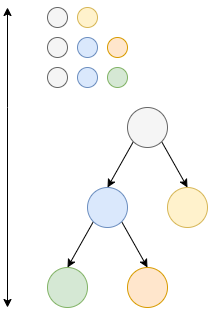
Before: img/data-structure/demo_tree-path.png, a diagram exported from draw.io (h2cone/h2cone.github.io). Source tidied: cells renumbered, new cells last; positions are measured from the earlier drawing's top-left corner, leaving out a move shared by most shapes.
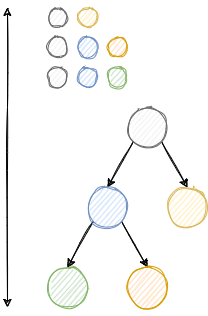
Later version of the same file.

Change to the diagram source:
```diff
@@ -2,64 +2,64 @@
   <root>
     <mxCell id="0" />
     <mxCell id="1" parent="0" />
-    <mxCell id="2" style="edgeStyle=none;rounded=0;jettySize=auto;html=1;exitX=0;exitY=1;exitDx=0;exitDy=0;entryX=0.5;entryY=0;entryDx=0;entryDy=0;" parent="1" edge="1" source="4" target="7">
+    <mxCell id="2" style="edgeStyle=none;rounded=0;jettySize=auto;html=1;exitX=0;exitY=1;exitDx=0;exitDy=0;entryX=0.5;entryY=0;entryDx=0;entryDy=0;sketch=1;" parent="1" edge="1" source="4" target="7">
       <mxGeometry relative="1" as="geometry" />
     </mxCell>
-    <mxCell id="3" style="edgeStyle=none;rounded=0;jettySize=auto;html=1;exitX=1;exitY=1;exitDx=0;exitDy=0;entryX=0.5;entryY=0;entryDx=0;entryDy=0;" parent="1" edge="1" source="4" target="8">
+    <mxCell id="3" style="edgeStyle=none;rounded=0;jettySize=auto;html=1;exitX=1;exitY=1;exitDx=0;exitDy=0;entryX=0.5;entryY=0;entryDx=0;entryDy=0;sketch=1;" parent="1" edge="1" source="4" target="8">
       <mxGeometry relative="1" as="geometry" />
     </mxCell>
-    <mxCell id="4" style="ellipse;whiteSpace=wrap;html=1;fillColor=#f5f5f5;strokeColor=#666666;fontColor=#333333;" parent="1" vertex="1">
+    <mxCell id="4" style="ellipse;whiteSpace=wrap;html=1;fillColor=#f5f5f5;strokeColor=#666666;fontColor=#333333;sketch=1;" parent="1" vertex="1">
       <mxGeometry x="120" y="100" width="40" height="40" as="geometry" />
     </mxCell>
-    <mxCell id="5" style="edgeStyle=none;rounded=0;jettySize=auto;html=1;exitX=0;exitY=1;exitDx=0;exitDy=0;entryX=0.5;entryY=0;entryDx=0;entryDy=0;" parent="1" edge="1" source="7" target="9">
+    <mxCell id="5" style="edgeStyle=none;rounded=0;jettySize=auto;html=1;exitX=0;exitY=1;exitDx=0;exitDy=0;entryX=0.5;entryY=0;entryDx=0;entryDy=0;sketch=1;" parent="1" edge="1" source="7" target="9">
       <mxGeometry relative="1" as="geometry" />
     </mxCell>
-    <mxCell id="6" style="edgeStyle=none;rounded=0;jettySize=auto;html=1;exitX=1;exitY=1;exitDx=0;exitDy=0;entryX=0.5;entryY=0;entryDx=0;entryDy=0;" parent="1" edge="1" source="7" target="10">
+    <mxCell id="6" style="edgeStyle=none;rounded=0;jettySize=auto;html=1;exitX=1;exitY=1;exitDx=0;exitDy=0;entryX=0.5;entryY=0;entryDx=0;entryDy=0;sketch=1;" parent="1" edge="1" source="7" target="10">
       <mxGeometry relative="1" as="geometry" />
     </mxCell>
-    <mxCell id="7" style="ellipse;whiteSpace=wrap;html=1;fillColor=#dae8fc;strokeColor=#6c8ebf;" parent="1" vertex="1">
+    <mxCell id="7" style="ellipse;whiteSpace=wrap;html=1;fillColor=#dae8fc;strokeColor=#6c8ebf;sketch=1;" parent="1" vertex="1">
       <mxGeometry x="80" y="180" width="40" height="40" as="geometry" />
     </mxCell>
-    <mxCell id="8" style="ellipse;whiteSpace=wrap;html=1;fillColor=#fff2cc;strokeColor=#d6b656;" parent="1" vertex="1">
+    <mxCell id="8" style="ellipse;whiteSpace=wrap;html=1;fillColor=#fff2cc;strokeColor=#d6b656;sketch=1;" parent="1" vertex="1">
       <mxGeometry x="160" y="180" width="40" height="40" as="geometry" />
     </mxCell>
-    <mxCell id="9" style="ellipse;whiteSpace=wrap;html=1;fillColor=#d5e8d4;strokeColor=#82b366;" parent="1" vertex="1">
+    <mxCell id="9" style="ellipse;whiteSpace=wrap;html=1;fillColor=#d5e8d4;strokeColor=#82b366;sketch=1;" parent="1" vertex="1">
       <mxGeometry x="40" y="260" width="40" height="40" as="geometry" />
     </mxCell>
-    <mxCell id="10" style="ellipse;whiteSpace=wrap;html=1;fillColor=#ffe6cc;strokeColor=#d79b00;" parent="1" vertex="1">
+    <mxCell id="10" style="ellipse;whiteSpace=wrap;html=1;fillColor=#ffe6cc;strokeColor=#d79b00;sketch=1;" parent="1" vertex="1">
       <mxGeometry x="120" y="260" width="40" height="40" as="geometry" />
     </mxCell>
-    <mxCell id="11" style="ellipse;whiteSpace=wrap;html=1;fillColor=#f5f5f5;strokeColor=#666666;fontColor=#333333;" parent="1" vertex="1">
+    <mxCell id="11" style="ellipse;whiteSpace=wrap;html=1;fillColor=#f5f5f5;strokeColor=#666666;fontColor=#333333;sketch=1;" parent="1" vertex="1">
       <mxGeometry x="40" y="60" width="20" height="20" as="geometry" />
     </mxCell>
-    <mxCell id="12" style="ellipse;whiteSpace=wrap;html=1;fillColor=#dae8fc;strokeColor=#6c8ebf;" parent="1" vertex="1">
+    <mxCell id="12" style="ellipse;whiteSpace=wrap;html=1;fillColor=#dae8fc;strokeColor=#6c8ebf;sketch=1;" parent="1" vertex="1">
       <mxGeometry x="70" y="60" width="20" height="20" as="geometry" />
     </mxCell>
-    <mxCell id="13" style="ellipse;whiteSpace=wrap;html=1;fillColor=#d5e8d4;strokeColor=#82b366;" parent="1" vertex="1">
+    <mxCell id="13" style="ellipse;whiteSpace=wrap;html=1;fillColor=#d5e8d4;strokeColor=#82b366;sketch=1;" parent="1" vertex="1">
       <mxGeometry x="100" y="60" width="20" height="20" as="geometry" />
     </mxCell>
-    <mxCell id="14" style="ellipse;whiteSpace=wrap;html=1;fillColor=#f5f5f5;strokeColor=#666666;fontColor=#333333;" parent="1" vertex="1">
+    <mxCell id="14" style="ellipse;whiteSpace=wrap;html=1;fillColor=#f5f5f5;strokeColor=#666666;fontColor=#333333;sketch=1;" parent="1" vertex="1">
       <mxGeometry x="40" y="30" width="20" height="20" as="geometry" />
     </mxCell>
-    <mxCell id="15" style="ellipse;whiteSpace=wrap;html=1;fillColor=#dae8fc;strokeColor=#6c8ebf;" parent="1" vertex="1">
+    <mxCell id="15" style="ellipse;whiteSpace=wrap;html=1;fillColor=#dae8fc;strokeColor=#6c8ebf;sketch=1;" parent="1" vertex="1">
       <mxGeometry x="70" y="30" width="20" height="20" as="geometry" />
     </mxCell>
-    <mxCell id="16" style="ellipse;whiteSpace=wrap;html=1;fillColor=#ffe6cc;strokeColor=#d79b00;" parent="1" vertex="1">
+    <mxCell id="16" style="ellipse;whiteSpace=wrap;html=1;fillColor=#ffe6cc;strokeColor=#d79b00;sketch=1;" parent="1" vertex="1">
       <mxGeometry x="100" y="30" width="20" height="20" as="geometry" />
     </mxCell>
-    <mxCell id="17" style="ellipse;whiteSpace=wrap;html=1;fillColor=#f5f5f5;strokeColor=#666666;fontColor=#333333;" parent="1" vertex="1">
+    <mxCell id="17" style="ellipse;whiteSpace=wrap;html=1;fillColor=#f5f5f5;strokeColor=#666666;fontColor=#333333;sketch=1;" parent="1" vertex="1">
       <mxGeometry x="40" width="20" height="20" as="geometry" />
     </mxCell>
-    <mxCell id="18" style="ellipse;whiteSpace=wrap;html=1;fillColor=#fff2cc;strokeColor=#d6b656;" parent="1" vertex="1">
+    <mxCell id="18" style="ellipse;whiteSpace=wrap;html=1;fillColor=#fff2cc;strokeColor=#d6b656;sketch=1;" parent="1" vertex="1">
       <mxGeometry x="70" width="20" height="20" as="geometry" />
     </mxCell>
-    <mxCell id="19" style="endArrow=classic;html=1;" parent="1" edge="1">
+    <mxCell id="19" style="endArrow=classic;html=1;sketch=1;" parent="1" edge="1">
       <mxGeometry relative="1" as="geometry">
         <mxPoint y="100" as="sourcePoint" />
         <mxPoint as="targetPoint" />
       </mxGeometry>
     </mxCell>
-    <mxCell id="20" style="endArrow=classic;html=1;" parent="1" edge="1">
+    <mxCell id="20" style="endArrow=classic;html=1;sketch=1;" parent="1" edge="1">
       <mxGeometry relative="1" as="geometry">
         <mxPoint y="100" as="sourcePoint" />
         <mxPoint y="300" as="targetPoint" />
```
